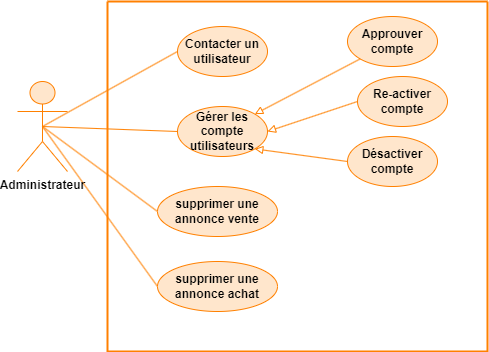
Before: images/diagramme de cas a1.png, a diagram exported from draw.io (alizhassane/pfe). Source tidied: cells renumbered, new cells last; positions are measured from the earlier drawing's top-left corner, leaving out a move shared by most shapes.
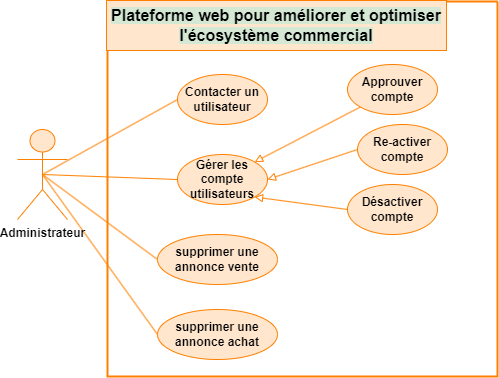
After the change.

Diff of the diagram source:
```diff
@@ -38,17 +38,20 @@
     <mxCell id="13" value="&lt;div&gt;supprimer une annonce vente&lt;/div&gt;" style="ellipse;whiteSpace=wrap;html=1;fontStyle=1;strokeColor=#FF8000;align=center;verticalAlign=middle;fontFamily=Helvetica;fontSize=12;fontColor=default;fillColor=#FFE6CC;" parent="1" vertex="1">
       <mxGeometry x="140" y="185" width="120" height="50" as="geometry" />
     </mxCell>
-    <mxCell id="14" style="rounded=0;jettySize=auto;html=1;entryX=0;entryY=0.5;entryDx=0;entryDy=0;exitX=0.5;exitY=0.5;exitDx=0;exitDy=0;exitPerimeter=0;strokeColor=#FF8000;endArrow=none;endFill=0;" parent="1" edge="1" source="15" target="17">
+    <mxCell id="14" style="rounded=0;jettySize=auto;html=1;entryX=0;entryY=0.5;entryDx=0;entryDy=0;exitX=0.5;exitY=0.5;exitDx=0;exitDy=0;exitPerimeter=0;strokeColor=#FF8000;endArrow=none;endFill=0;" parent="1" edge="1" source="15" target="18">
       <mxGeometry relative="1" as="geometry" />
     </mxCell>
     <mxCell id="15" value="Administrateur" style="shape=umlActor;verticalLabelPosition=bottom;verticalAlign=top;html=1;outlineConnect=0;strokeColor=#FF8000;align=center;fontFamily=Helvetica;fontSize=12;fontColor=default;fontStyle=1;fillColor=#FFE6CC;" parent="1" vertex="1">
       <mxGeometry y="80" width="50" height="90" as="geometry" />
     </mxCell>
     <mxCell id="16" style="swimlane;startSize=0;strokeWidth=2;strokeColor=#FF8000;align=center;verticalAlign=middle;fontFamily=Helvetica;fontSize=12;fontColor=default;fillColor=#FFE6CC;" parent="1" vertex="1">
-      <mxGeometry x="90" width="380" height="350" as="geometry" />
+      <mxGeometry x="90" y="-48" width="390" height="375" as="geometry" />
     </mxCell>
-    <mxCell id="17" value="&lt;div&gt;supprimer une annonce achat&lt;/div&gt;" style="ellipse;whiteSpace=wrap;html=1;fontStyle=1;strokeColor=#FF8000;align=center;verticalAlign=middle;fontFamily=Helvetica;fontSize=12;fontColor=default;fillColor=#FFE6CC;" parent="1" vertex="1">
-      <mxGeometry x="140" y="260" width="120" height="50" as="geometry" />
+    <mxCell id="17" value="&lt;div style=&quot;text-wrap: nowrap; font-size: 16px;&quot;&gt;&lt;font style=&quot;background-color: rgb(213, 232, 212); font-size: 16px;&quot;&gt;Plateforme web pour améliorer et optimiser&lt;/font&gt;&lt;/div&gt;&lt;div style=&quot;text-wrap: nowrap; font-size: 16px;&quot;&gt;&lt;font style=&quot;background-color: rgb(213, 232, 212); font-size: 16px;&quot;&gt;l'écosystème commercial&lt;/font&gt;&lt;/div&gt;" style="html=1;whiteSpace=wrap;fontSize=12;fontStyle=1;strokeColor=#FF8000;align=center;verticalAlign=middle;fontFamily=Helvetica;fontColor=default;fillColor=#FFE6CC;" parent="16" vertex="1">
+      <mxGeometry x="-1" y="-1" width="340" height="50" as="geometry" />
     </mxCell>
+    <mxCell id="18" value="&lt;div&gt;supprimer une annonce achat&lt;/div&gt;" style="ellipse;whiteSpace=wrap;html=1;fontStyle=1;strokeColor=#FF8000;align=center;verticalAlign=middle;fontFamily=Helvetica;fontSize=12;fontColor=default;fillColor=#FFE6CC;" parent="1" vertex="1">
+      <mxGeometry x="140" y="260" width="120" height="50" as="geometry" />
+    </mxCell>
   </root>
 </mxGraphModel>
```
